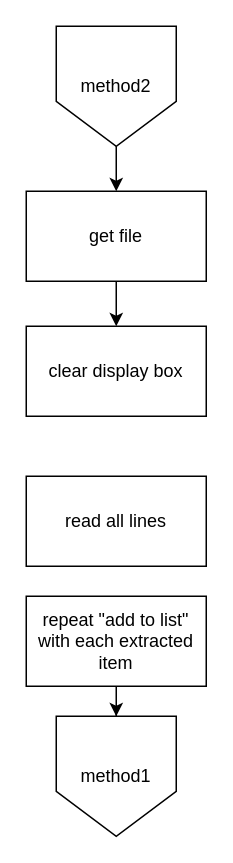
NPITX-programs/ReadFromName keeps this draw.io diagram as page "Method 2" (3 of 4) of .github/Flowcharts/Read from File.drawio. Above is the earlier version. Source tidied: cells renumbered, new cells numbered last; positions are measured from the earlier drawing's top-left corner, leaving out a move shared by most shapes. Both pictures are drawn from the tidied source at 150%, with x=0, y=0 at pixel (26, 26).
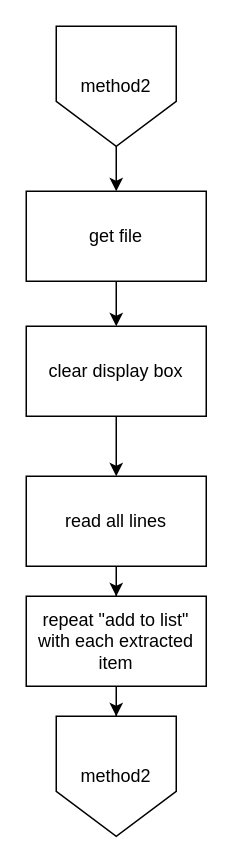
Above is the later version.

The edit, as a diff of the source:
```diff
@@
 <mxGraphModel>
   <root>
     <mxCell id="0" />
     <mxCell id="1" parent="0" />
     <mxCell id="2" style="edgeStyle=orthogonalEdgeStyle;rounded=0;orthogonalLoop=1;jettySize=auto;html=1;" parent="1" edge="1">
       <mxGeometry relative="1" as="geometry">
         <mxPoint x="40" y="80" as="sourcePoint" />
       </mxGeometry>
     </mxCell>
     <mxCell id="3" style="edgeStyle=orthogonalEdgeStyle;rounded=0;orthogonalLoop=1;jettySize=auto;html=1;" parent="1" edge="1">
       <mxGeometry relative="1" as="geometry">
         <mxPoint x="60" y="170" as="sourcePoint" />
       </mxGeometry>
     </mxCell>
     <mxCell id="4" style="edgeStyle=orthogonalEdgeStyle;rounded=0;jettySize=auto;html=1;" parent="1" edge="1" source="5" target="9">
       <mxGeometry relative="1" as="geometry" />
     </mxCell>
     <mxCell id="5" value="method2" style="shape=offPageConnector;whiteSpace=wrap;html=1;" parent="1" vertex="1">
       <mxGeometry x="20" width="80" height="80" as="geometry" />
     </mxCell>
-    <mxCell id="6" value="method1" style="shape=offPageConnector;whiteSpace=wrap;html=1;" parent="1" vertex="1">
+    <mxCell id="6" value="method2" style="shape=offPageConnector;whiteSpace=wrap;html=1;" parent="1" vertex="1">
       <mxGeometry x="20" y="460" width="80" height="80" as="geometry" />
     </mxCell>
+    <mxCell id="13" style="edgeStyle=orthogonalEdgeStyle;rounded=0;jettySize=auto;html=1;" parent="1" edge="1" source="7" target="12">
+      <mxGeometry relative="1" as="geometry" />
+    </mxCell>
     <mxCell id="7" value="read all lines" style="rounded=0;whiteSpace=wrap;html=1;" parent="1" vertex="1">
       <mxGeometry y="300" width="120" height="60" as="geometry" />
     </mxCell>
     <mxCell id="8" style="edgeStyle=orthogonalEdgeStyle;rounded=0;jettySize=auto;html=1;" parent="1" edge="1" source="9" target="10">
       <mxGeometry relative="1" as="geometry" />
     </mxCell>
     <mxCell id="9" value="get file" style="rounded=0;whiteSpace=wrap;html=1;" parent="1" vertex="1">
       <mxGeometry y="110" width="120" height="60" as="geometry" />
     </mxCell>
+    <mxCell id="14" style="edgeStyle=orthogonalEdgeStyle;rounded=0;jettySize=auto;html=1;" parent="1" edge="1" source="10" target="7">
+      <mxGeometry relative="1" as="geometry" />
+    </mxCell>
     <mxCell id="10" value="clear display box" style="rounded=0;whiteSpace=wrap;html=1;" parent="1" vertex="1">
       <mxGeometry y="200" width="120" height="60" as="geometry" />
     </mxCell>
     <mxCell id="11" style="edgeStyle=orthogonalEdgeStyle;rounded=0;jettySize=auto;html=1;" parent="1" edge="1" source="12" target="6">
       <mxGeometry relative="1" as="geometry" />
     </mxCell>
     <mxCell id="12" value="repeat &quot;add to list&quot; with each extracted item" style="rounded=0;whiteSpace=wrap;html=1;" parent="1" vertex="1">
       <mxGeometry y="380" width="120" height="60" as="geometry" />
     </mxCell>
   </root>
 </mxGraphModel>
```
